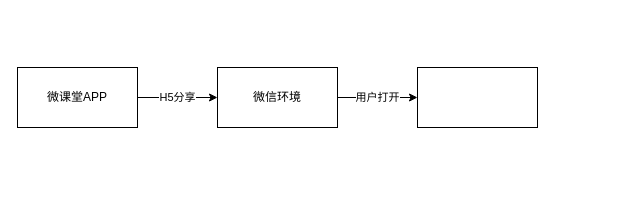
Above: OneID.drawio in fangshigithub/Draw (draw.io), before the change. Source tidied: cells renumbered, new cells numbered last; positions are measured from the earlier drawing's top-left corner, leaving out a move shared by most shapes. Both pictures are drawn from the tidied source at 100%, with x=0, y=0 at pixel (17, 67).
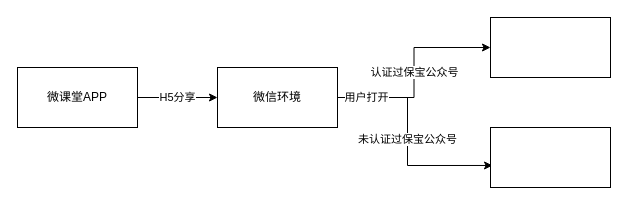
The same diagram, later.

Change to the diagram source:
```diff
@@
 <mxGraphModel>
   <root>
     <mxCell id="0" />
     <mxCell id="1" parent="0" />
     <mxCell id="2" value="H5分享" style="edgeStyle=orthogonalEdgeStyle;rounded=0;jettySize=auto;html=1;" parent="1" edge="1" source="3" target="5">
       <mxGeometry relative="1" as="geometry" />
     </mxCell>
     <mxCell id="3" value="微课堂APP" style="rounded=0;whiteSpace=wrap;html=1;" parent="1" vertex="1">
       <mxGeometry width="120" height="60" as="geometry" />
     </mxCell>
-    <mxCell id="4" value="用户打开" style="edgeStyle=orthogonalEdgeStyle;rounded=0;jettySize=auto;html=1;" parent="1" edge="1" source="5" target="6">
+    <mxCell id="4" value="认证过保宝公众号" style="edgeStyle=orthogonalEdgeStyle;rounded=0;jettySize=auto;html=1;" parent="1" edge="1" source="5" target="6">
       <mxGeometry relative="1" as="geometry" />
     </mxCell>
+    <mxCell id="7" value="未认证过保宝公众号" style="edgeStyle=orthogonalEdgeStyle;rounded=0;jettySize=auto;html=1;entryX=0.017;entryY=0.633;entryDx=0;entryDy=0;entryPerimeter=0;" parent="1" edge="1" source="5" target="9">
+      <mxGeometry relative="1" as="geometry">
+        <Array as="points">
+          <mxPoint x="390" y="30" />
+          <mxPoint x="390" y="98" />
+        </Array>
+      </mxGeometry>
+    </mxCell>
+    <mxCell id="8" value="用户打开" style="edgeLabel;html=1;align=center;verticalAlign=middle;" parent="7" vertex="1">
+      <mxGeometry x="-0.75" y="1" relative="1" as="geometry" />
+    </mxCell>
     <mxCell id="5" value="微信环境" style="rounded=0;whiteSpace=wrap;html=1;" parent="1" vertex="1">
       <mxGeometry x="200" width="120" height="60" as="geometry" />
     </mxCell>
     <mxCell id="6" style="whiteSpace=wrap;html=1;rounded=0;" parent="1" vertex="1">
-      <mxGeometry x="400" width="120" height="60" as="geometry" />
+      <mxGeometry x="473" y="-50" width="120" height="60" as="geometry" />
     </mxCell>
+    <mxCell id="9" style="rounded=0;whiteSpace=wrap;html=1;" parent="1" vertex="1">
+      <mxGeometry x="473" y="60" width="120" height="60" as="geometry" />
+    </mxCell>
   </root>
 </mxGraphModel>
```
